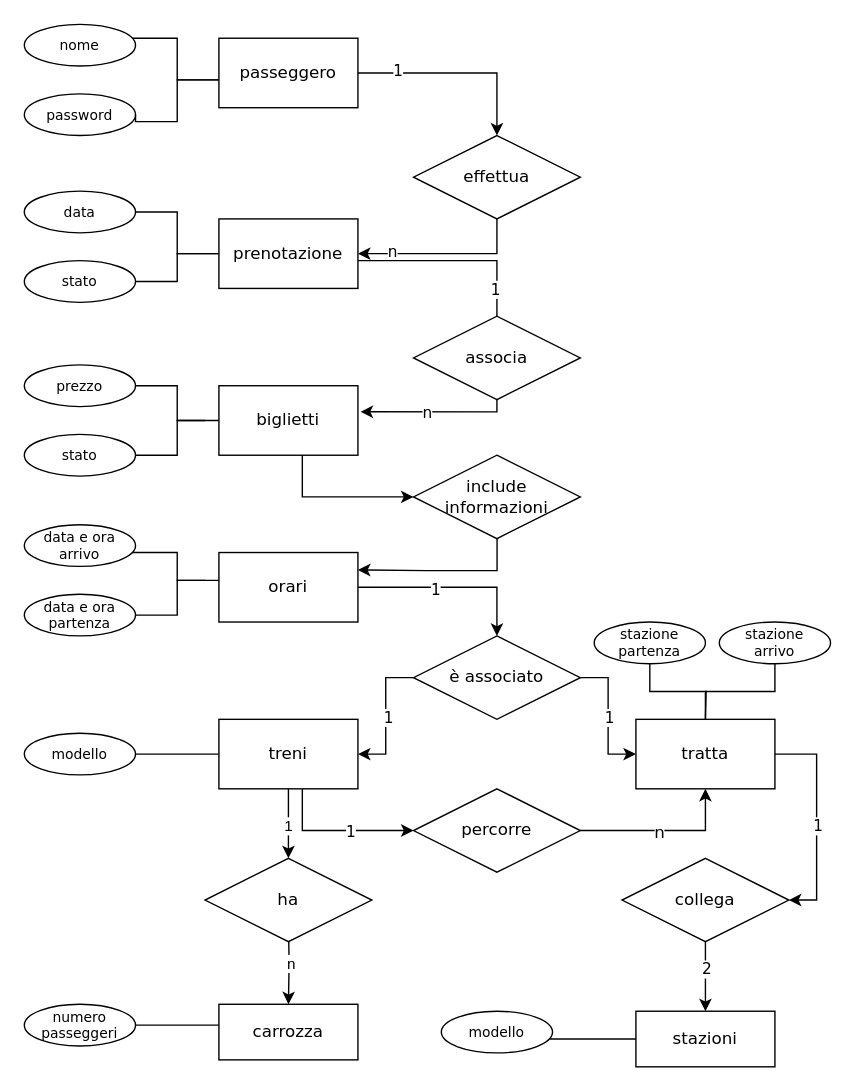
Above: elaborato/DiagrammaPW.drawio in SaraUniPeg/PW1.4 (draw.io), before the change. Source tidied: cells renumbered, new cells numbered last; positions are measured from the earlier drawing's top-left corner, leaving out a move shared by most shapes. Both pictures are drawn from the tidied source at 139%, with x=0, y=0 at pixel (24, 24).
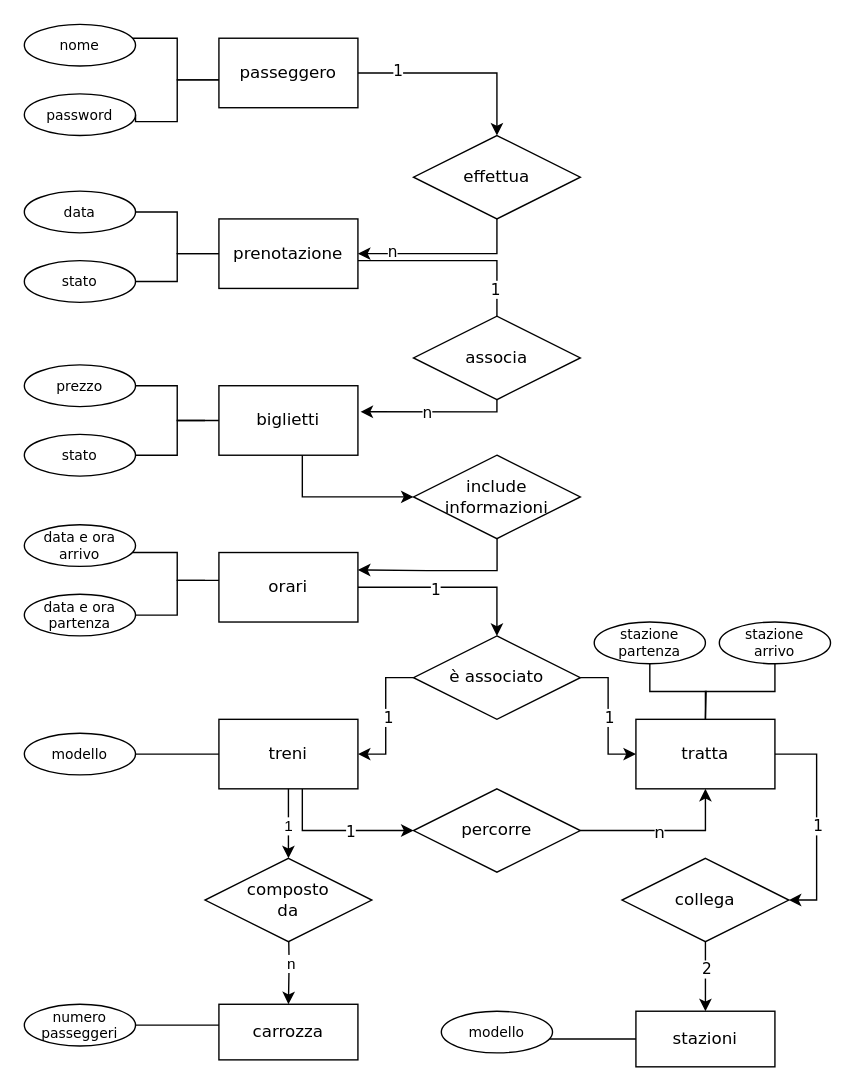
The same page after the edit.

Change to the diagram source:
```diff
@@
-    <mxCell id="69" value="ha" style="shape=rhombus;perimeter=rhombusPerimeter;whiteSpace=wrap;html=1;align=center;fontFamily=Verdana;" parent="1" vertex="1">
+    <mxCell id="69" value="composto&lt;br&gt;da" style="shape=rhombus;perimeter=rhombusPerimeter;whiteSpace=wrap;html=1;align=center;fontFamily=Verdana;" parent="1" vertex="1">
       <mxGeometry x="130" y="600" width="120" height="60" as="geometry" />
     </mxCell>
```
